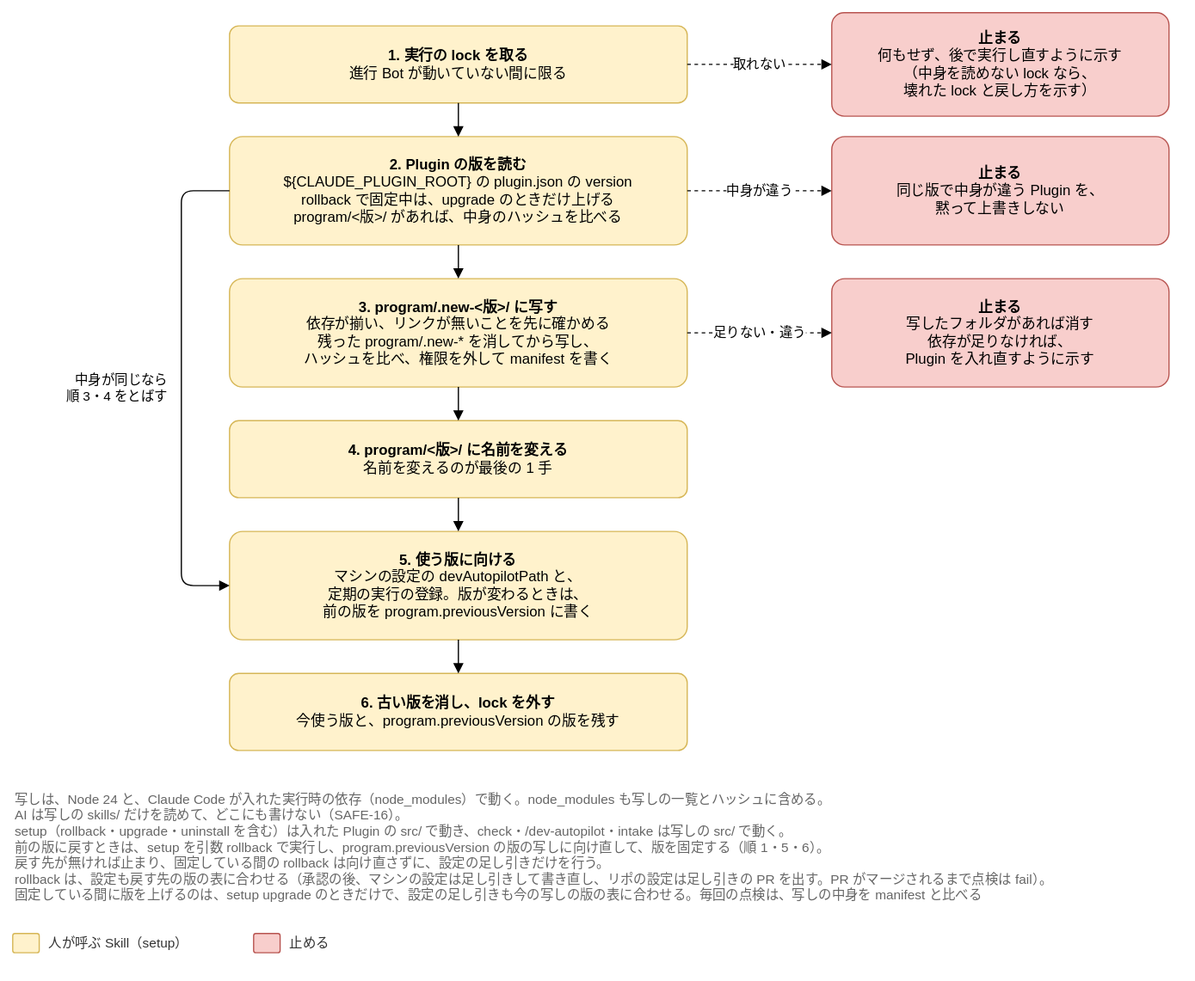
The draw.io diagram docs/design/basic/diagrams/04-program-copy.drawio.svg in Joymerrevent/dev-autopilot, before a commit. Source tidied: cells renumbered, new cells last; positions are measured from the earlier drawing's top-left corner, leaving out a move shared by most shapes.
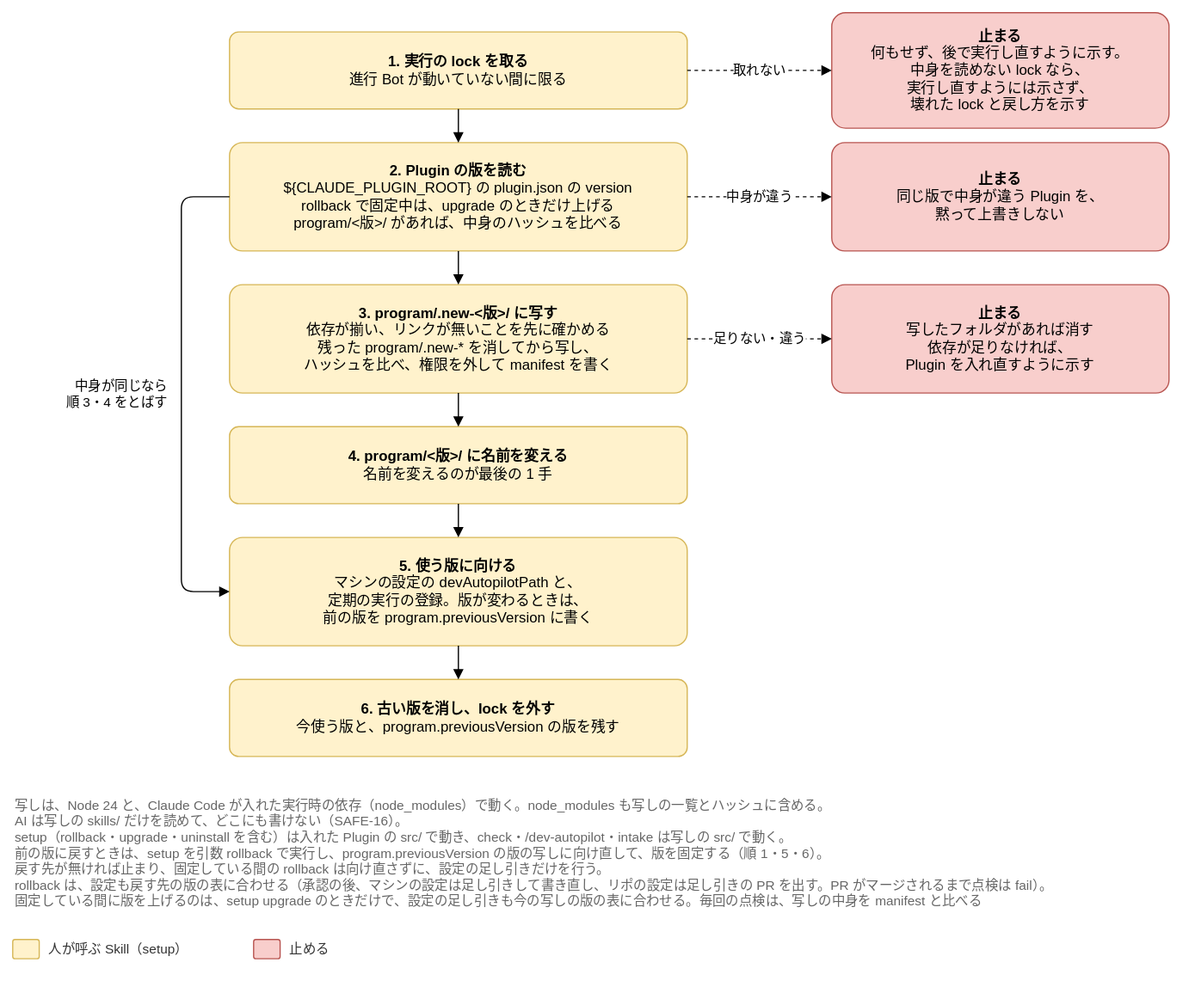
After the commit.

Commit message:
docs(design): 基本設計の図 04-program-copy の q1 を、プログラムの写しの順 1 の言い方にそろえる

2 回目の再レビュー（2026-11-11）の L-7 を直す。箱 q1 を「何もせず、後で実行し直すように示す。
中身を読めない lock なら、実行し直すようには示さず、壊れた lock と戻し方を示す」にする
（基本 04 の「プログラムの写し」の表の順 1 の言い方）。

Claude-Session: https://claude.ai/code/session_01LvmXQN14Y95msvojZ6hWNP

What changed in the source:
```diff
@@ -35,8 +35,8 @@
     <mxCell id="12" style="edgeStyle=orthogonalEdgeStyle;rounded=1;html=1;endArrow=block;endFill=1;fontSize=11;labelBackgroundColor=#ffffff;exitX=0.5;exitY=1;exitDx=0;exitDy=0;entryX=0.5;entryY=0;entryDx=0;entryDy=0;" parent="1" edge="1" source="6" target="7">
       <mxGeometry relative="1" as="geometry" />
     </mxCell>
-    <mxCell id="13" value="&lt;b&gt;止まる&lt;/b&gt;&lt;br&gt;何もせず、後で実行し直すように示す&lt;br&gt;（中身を読めない lock なら、&lt;br&gt;壊れた lock と戻し方を示す）" style="rounded=1;whiteSpace=wrap;html=1;fontSize=12;arcSize=12;spacing=12;fillColor=#f8cecc;strokeColor=#b85450;" parent="1" vertex="1">
-      <mxGeometry x="680" width="280" height="86" as="geometry" />
+    <mxCell id="13" value="&lt;b&gt;止まる&lt;/b&gt;&lt;br&gt;何もせず、後で実行し直すように示す。&lt;br&gt;中身を読めない lock なら、&lt;br&gt;実行し直すようには示さず、&lt;br&gt;壊れた lock と戻し方を示す" style="rounded=1;whiteSpace=wrap;html=1;fontSize=12;arcSize=12;spacing=12;fillColor=#f8cecc;strokeColor=#b85450;" parent="1" vertex="1">
+      <mxGeometry x="680" y="-5" width="280" height="96" as="geometry" />
     </mxCell>
     <mxCell id="14" value="&lt;b&gt;止まる&lt;/b&gt;&lt;br&gt;同じ版で中身が違う Plugin を、&lt;br&gt;黙って上書きしない" style="rounded=1;whiteSpace=wrap;html=1;fontSize=12;arcSize=12;spacing=12;fillColor=#f8cecc;strokeColor=#b85450;" parent="1" vertex="1">
       <mxGeometry x="680" y="103" width="280" height="90" as="geometry" />
```
